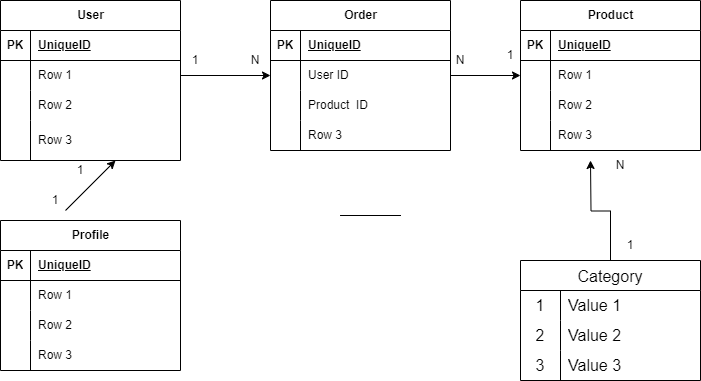
This is docs/db_schema.drawio.png from OksanaHrytsenko/shop, a draw.io export, as it was before one commit. Source tidied: cells renumbered, new cells last; positions are measured from the earlier drawing's top-left corner, leaving out a move shared by most shapes.
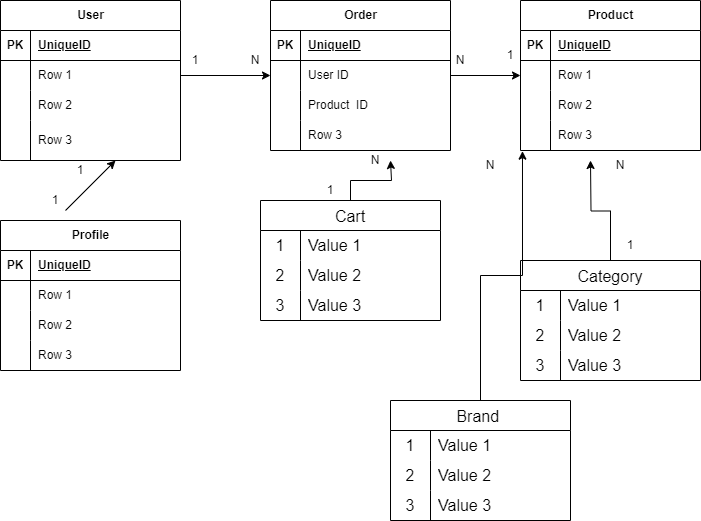
Above is the later version.

Change to the diagram source:
```diff
@@ -244,5 +244,94 @@
     <mxCell id="80" value="N" style="text;html=1;strokeColor=none;fillColor=none;align=center;verticalAlign=middle;whiteSpace=wrap;rounded=0;" parent="1" vertex="1">
       <mxGeometry x="590" y="150" width="60" height="30" as="geometry" />
     </mxCell>
+    <mxCell id="81" value="Brand " style="shape=table;startSize=30;rowLines=0;fontStyle=0;strokeColor=default;fontSize=16;" parent="1" vertex="1">
+      <mxGeometry x="390" y="400" width="180" height="120" as="geometry" />
+    </mxCell>
+    <mxCell id="82" style="shape=tableRow;horizontal=0;startSize=0;swimlaneHead=0;swimlaneBody=0;top=0;left=0;bottom=0;right=0;fillColor=none;strokeColor=inherit;fontSize=16;" parent="81" vertex="1">
+      <mxGeometry y="30" width="180" height="30" as="geometry" />
+    </mxCell>
+    <mxCell id="83" value="1" style="shape=partialRectangle;html=1;whiteSpace=wrap;fillColor=none;top=0;left=0;bottom=0;right=0;overflow=hidden;strokeColor=inherit;fontSize=16;" parent="82" vertex="1">
+      <mxGeometry width="40" height="30" as="geometry" />
+    </mxCell>
+    <mxCell id="84" value="Value 1" style="shape=partialRectangle;html=1;whiteSpace=wrap;fillColor=none;top=0;left=0;bottom=0;right=0;align=left;spacingLeft=6;overflow=hidden;strokeColor=inherit;fontSize=16;" parent="82" vertex="1">
+      <mxGeometry x="40" width="140" height="30" as="geometry" />
+    </mxCell>
+    <mxCell id="85" style="shape=tableRow;horizontal=0;startSize=0;swimlaneHead=0;swimlaneBody=0;top=0;left=0;bottom=0;right=0;fillColor=none;strokeColor=inherit;fontSize=16;" parent="81" vertex="1">
+      <mxGeometry y="60" width="180" height="30" as="geometry" />
+    </mxCell>
+    <mxCell id="86" value="2" style="shape=partialRectangle;html=1;whiteSpace=wrap;fillColor=none;top=0;left=0;bottom=0;right=0;overflow=hidden;strokeColor=inherit;fontSize=16;" parent="85" vertex="1">
+      <mxGeometry width="40" height="30" as="geometry" />
+    </mxCell>
+    <mxCell id="87" value="Value 2" style="shape=partialRectangle;html=1;whiteSpace=wrap;fillColor=none;top=0;left=0;bottom=0;right=0;align=left;spacingLeft=6;overflow=hidden;strokeColor=inherit;fontSize=16;" parent="85" vertex="1">
+      <mxGeometry x="40" width="140" height="30" as="geometry" />
+    </mxCell>
+    <mxCell id="88" style="shape=tableRow;horizontal=0;startSize=0;swimlaneHead=0;swimlaneBody=0;top=0;left=0;bottom=0;right=0;fillColor=none;strokeColor=inherit;fontSize=16;" parent="81" vertex="1">
+      <mxGeometry y="90" width="180" height="30" as="geometry" />
+    </mxCell>
+    <mxCell id="89" value="3" style="shape=partialRectangle;html=1;whiteSpace=wrap;fillColor=none;top=0;left=0;bottom=0;right=0;overflow=hidden;strokeColor=inherit;fontSize=16;" parent="88" vertex="1">
+      <mxGeometry width="40" height="30" as="geometry" />
+    </mxCell>
+    <mxCell id="90" value="Value 3" style="shape=partialRectangle;html=1;whiteSpace=wrap;fillColor=none;top=0;left=0;bottom=0;right=0;align=left;spacingLeft=6;overflow=hidden;strokeColor=inherit;fontSize=16;" parent="88" vertex="1">
+      <mxGeometry x="40" width="140" height="30" as="geometry" />
+    </mxCell>
+    <mxCell id="91" style="edgeStyle=orthogonalEdgeStyle;rounded=0;jettySize=auto;html=1;entryX=0.011;entryY=1.022;entryDx=0;entryDy=0;entryPerimeter=0;" parent="1" edge="1" source="81" target="25">
+      <mxGeometry relative="1" as="geometry">
+        <Array as="points">
+          <mxPoint x="480" y="275" />
+          <mxPoint x="522" y="275" />
+        </Array>
+      </mxGeometry>
+    </mxCell>
+    <mxCell id="92" value="1" style="text;html=1;strokeColor=none;fillColor=none;align=center;verticalAlign=middle;whiteSpace=wrap;rounded=0;" parent="1" vertex="1">
+      <mxGeometry x="290" y="210" width="40" height="30" as="geometry" />
+    </mxCell>
+    <mxCell id="93" value="N" style="text;html=1;strokeColor=none;fillColor=none;align=center;verticalAlign=middle;whiteSpace=wrap;rounded=0;" parent="1" vertex="1">
+      <mxGeometry x="460" y="150" width="60" height="30" as="geometry" />
+    </mxCell>
+    <mxCell id="94" style="edgeStyle=orthogonalEdgeStyle;rounded=0;jettySize=auto;html=1;" parent="1" edge="1" source="95">
+      <mxGeometry relative="1" as="geometry">
+        <mxPoint x="390" y="160" as="targetPoint" />
+        <Array as="points">
+          <mxPoint x="350" y="180" />
+          <mxPoint x="391" y="180" />
+        </Array>
+      </mxGeometry>
+    </mxCell>
+    <mxCell id="95" value="Cart" style="shape=table;startSize=30;rowLines=0;fontStyle=0;strokeColor=default;fontSize=16;" parent="1" vertex="1">
+      <mxGeometry x="260" y="200" width="180" height="120" as="geometry" />
+    </mxCell>
+    <mxCell id="96" style="shape=tableRow;horizontal=0;startSize=0;swimlaneHead=0;swimlaneBody=0;top=0;left=0;bottom=0;right=0;fillColor=none;strokeColor=inherit;fontSize=16;" parent="95" vertex="1">
+      <mxGeometry y="30" width="180" height="30" as="geometry" />
+    </mxCell>
+    <mxCell id="97" value="1" style="shape=partialRectangle;html=1;whiteSpace=wrap;fillColor=none;top=0;left=0;bottom=0;right=0;overflow=hidden;strokeColor=inherit;fontSize=16;" parent="96" vertex="1">
+      <mxGeometry width="40" height="30" as="geometry" />
+    </mxCell>
+    <mxCell id="98" value="Value 1" style="shape=partialRectangle;html=1;whiteSpace=wrap;fillColor=none;top=0;left=0;bottom=0;right=0;align=left;spacingLeft=6;overflow=hidden;strokeColor=inherit;fontSize=16;" parent="96" vertex="1">
+      <mxGeometry x="40" width="140" height="30" as="geometry" />
+    </mxCell>
+    <mxCell id="99" style="shape=tableRow;horizontal=0;startSize=0;swimlaneHead=0;swimlaneBody=0;top=0;left=0;bottom=0;right=0;fillColor=none;strokeColor=inherit;fontSize=16;" parent="95" vertex="1">
+      <mxGeometry y="60" width="180" height="30" as="geometry" />
+    </mxCell>
+    <mxCell id="100" value="2" style="shape=partialRectangle;html=1;whiteSpace=wrap;fillColor=none;top=0;left=0;bottom=0;right=0;overflow=hidden;strokeColor=inherit;fontSize=16;" parent="99" vertex="1">
+      <mxGeometry width="40" height="30" as="geometry" />
+    </mxCell>
+    <mxCell id="101" value="Value 2" style="shape=partialRectangle;html=1;whiteSpace=wrap;fillColor=none;top=0;left=0;bottom=0;right=0;align=left;spacingLeft=6;overflow=hidden;strokeColor=inherit;fontSize=16;" parent="99" vertex="1">
+      <mxGeometry x="40" width="140" height="30" as="geometry" />
+    </mxCell>
+    <mxCell id="102" style="shape=tableRow;horizontal=0;startSize=0;swimlaneHead=0;swimlaneBody=0;top=0;left=0;bottom=0;right=0;fillColor=none;strokeColor=inherit;fontSize=16;" parent="95" vertex="1">
+      <mxGeometry y="90" width="180" height="30" as="geometry" />
+    </mxCell>
+    <mxCell id="103" value="3" style="shape=partialRectangle;html=1;whiteSpace=wrap;fillColor=none;top=0;left=0;bottom=0;right=0;overflow=hidden;strokeColor=inherit;fontSize=16;" parent="102" vertex="1">
+      <mxGeometry width="40" height="30" as="geometry" />
+    </mxCell>
+    <mxCell id="104" value="Value 3" style="shape=partialRectangle;html=1;whiteSpace=wrap;fillColor=none;top=0;left=0;bottom=0;right=0;align=left;spacingLeft=6;overflow=hidden;strokeColor=inherit;fontSize=16;" parent="102" vertex="1">
+      <mxGeometry x="40" width="140" height="30" as="geometry" />
+    </mxCell>
+    <mxCell id="105" value="1" style="text;html=1;strokeColor=none;fillColor=none;align=center;verticalAlign=middle;whiteSpace=wrap;rounded=0;" parent="1" vertex="1">
+      <mxGeometry x="310" y="180" width="40" height="20" as="geometry" />
+    </mxCell>
+    <mxCell id="106" value="N" style="text;html=1;strokeColor=none;fillColor=none;align=center;verticalAlign=middle;whiteSpace=wrap;rounded=0;" parent="1" vertex="1">
+      <mxGeometry x="360" y="150" width="30" height="20" as="geometry" />
+    </mxCell>
   </root>
 </mxGraphModel>
```
